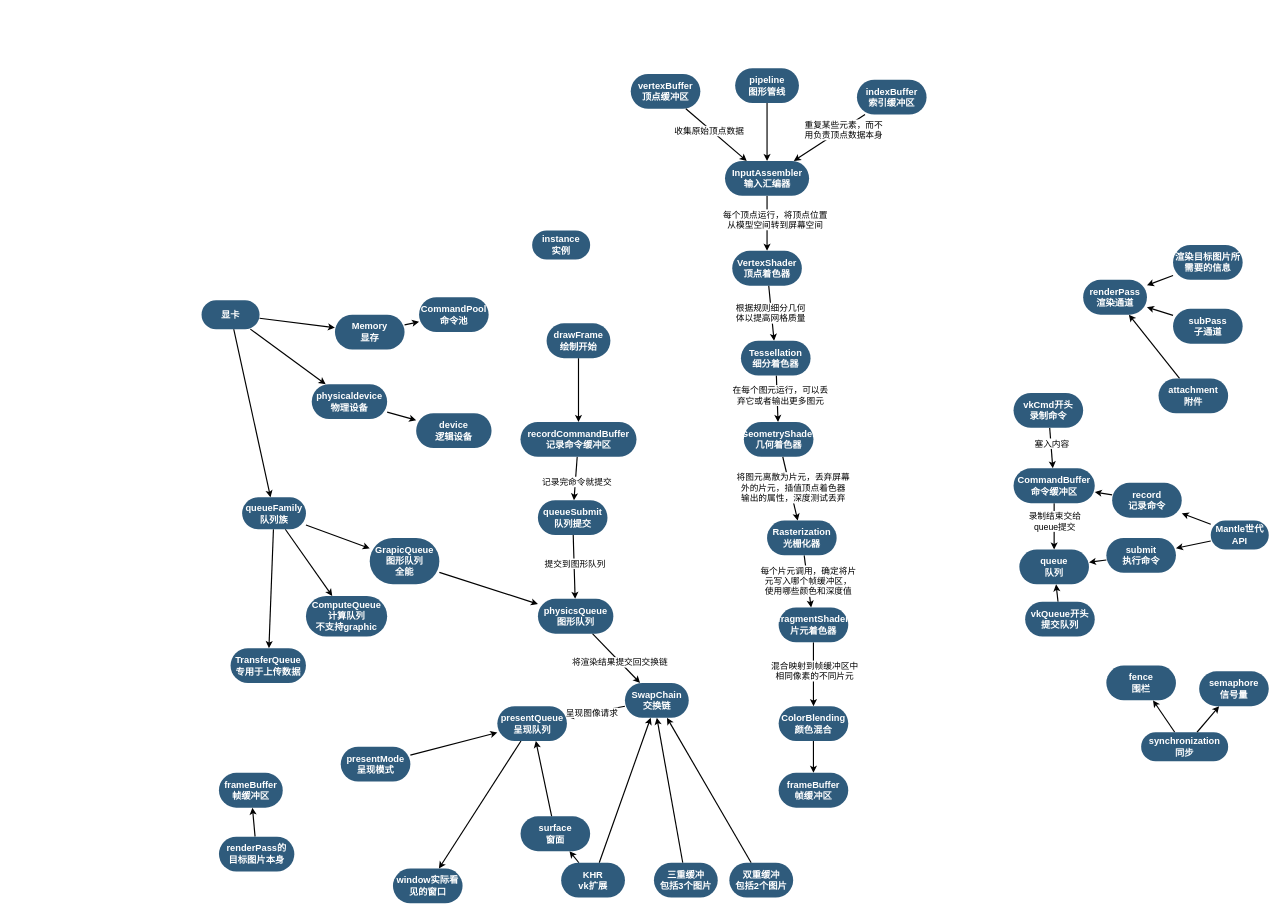
Before: LearningVulkan/LearningVulkan/vulkan.drawio in unphics/vulkan_tutorial_note, a draw.io diagram. Source tidied: cells renumbered, new cells numbered last; positions are measured from the earlier drawing's top-left corner, leaving out a move shared by most shapes. Both pictures are drawn from the tidied source at 58%, with x=0, y=0 at pixel (201, 68).
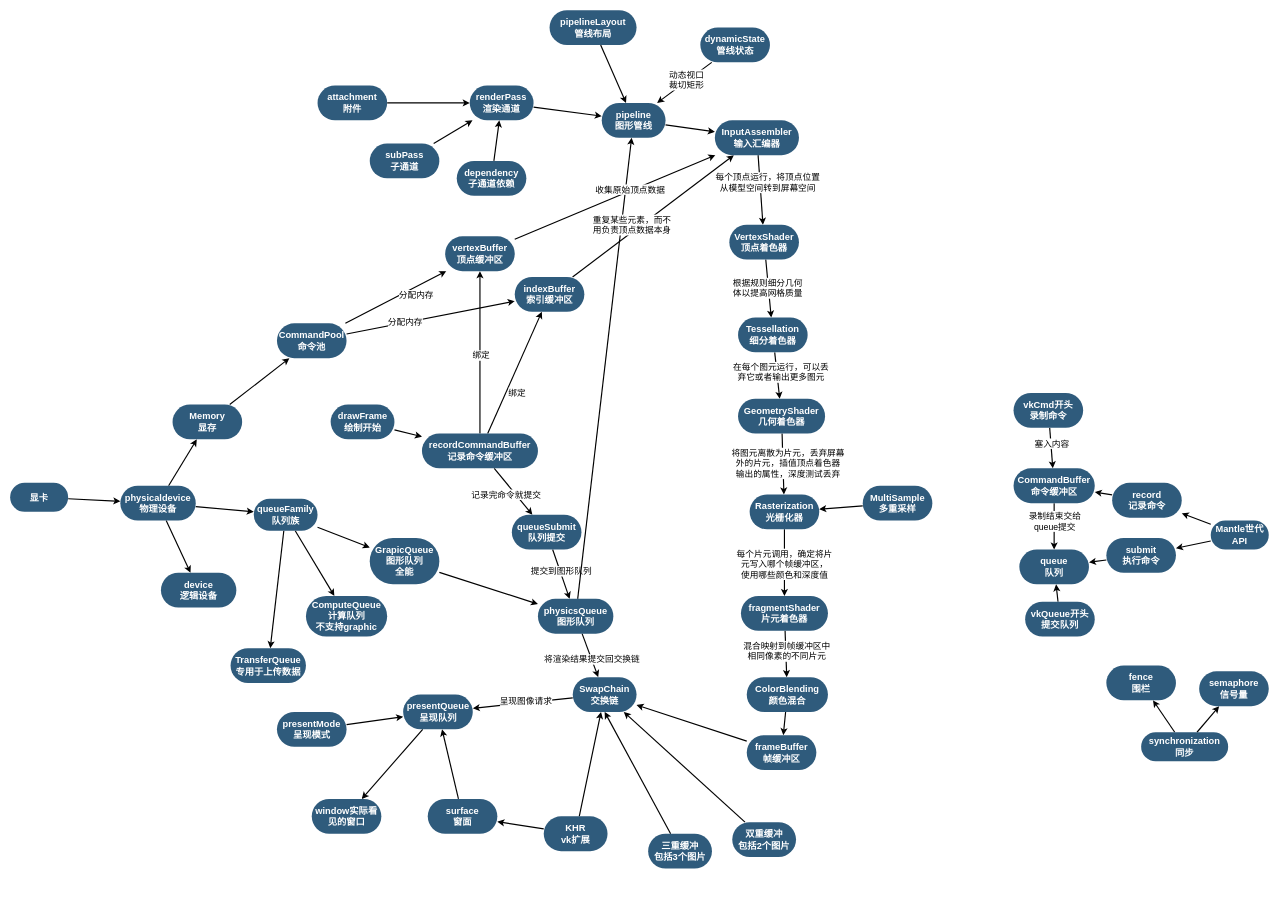
After the change.

The change refers to these unchanged cells:
```xml
<mxCell id="48" style="edgeStyle=none;rounded=0;jettySize=auto;html=1;strokeWidth=2;fontSize=15;" parent="1" edge="1" source="50" target="63">
  <mxGeometry relative="1" as="geometry" />
</mxCell>
<mxCell id="81" value="physicsQueue&lt;br&gt;图形队列" style="whiteSpace=wrap;html=1;fontSize=16;fillColor=#2F5B7C;strokeColor=none;fontColor=#FFFFFF;rounded=1;shadow=0;labelBackgroundColor=none;strokeWidth=3;fontStyle=1;spacing=5;arcSize=50;" parent="1" vertex="1">
  <mxGeometry x="580" y="915" width="130" height="60" as="geometry" />
</mxCell>
<mxCell id="83" style="edgeStyle=none;rounded=0;jettySize=auto;html=1;strokeWidth=2;fontSize=15;" parent="1" edge="1" source="85" target="90">
  <mxGeometry relative="1" as="geometry" />
</mxCell>
<mxCell id="86" style="edgeStyle=none;rounded=0;jettySize=auto;html=1;strokeWidth=2;fontSize=15;" parent="1" edge="1" source="82" target="90">
  <mxGeometry relative="1" as="geometry" />
</mxCell>
```

What changed in the source:
```diff
@@
-    <mxCell id="2" value="instance&lt;br&gt;实例" style="whiteSpace=wrap;html=1;fontSize=16;fillColor=#2F5B7C;strokeColor=none;fontColor=#FFFFFF;rounded=1;shadow=0;labelBackgroundColor=none;strokeWidth=3;fontStyle=1;spacing=5;arcSize=50;" parent="1" vertex="1">
-      <mxGeometry x="570" y="280" width="100" height="50" as="geometry" />
-    </mxCell>
@@
+    <mxCell id="109" style="edgeStyle=none;rounded=0;jettySize=auto;html=1;strokeWidth=2;fontSize=15;" parent="1" edge="1" source="9" target="24">
+      <mxGeometry relative="1" as="geometry" />
+    </mxCell>
+    <mxCell id="110" style="edgeStyle=none;rounded=0;jettySize=auto;html=1;strokeWidth=2;fontSize=15;" parent="1" edge="1" source="9" target="39">
+      <mxGeometry relative="1" as="geometry" />
+    </mxCell>
     <mxCell id="9" value="physicaldevice&lt;br&gt;物理设备" style="whiteSpace=wrap;html=1;fontSize=16;fillColor=#2F5B7C;strokeColor=none;fontColor=#FFFFFF;rounded=1;shadow=0;labelBackgroundColor=none;strokeWidth=3;fontStyle=1;spacing=5;arcSize=50;" parent="1" vertex="1">
-      <mxGeometry x="190" y="545" width="130" height="60" as="geometry" />
+      <mxGeometry x="-140" y="720" width="130" height="60" as="geometry" />
     </mxCell>
@@
     <mxCell id="24" value="queueFamily&lt;br&gt;队列族" style="whiteSpace=wrap;html=1;fontSize=16;fillColor=#2F5B7C;strokeColor=none;fontColor=#FFFFFF;rounded=1;shadow=0;labelBackgroundColor=none;strokeWidth=3;fontStyle=1;spacing=5;arcSize=50;" parent="1" vertex="1">
-      <mxGeometry x="70" y="740" width="110" height="55" as="geometry" />
+      <mxGeometry x="90" y="742.5" width="110" height="55" as="geometry" />
     </mxCell>
@@
-    <mxCell id="35" style="edgeStyle=none;rounded=0;jettySize=auto;html=1;fontSize=15;strokeWidth=2;" parent="1" edge="1" source="37" target="39">
-      <mxGeometry relative="1" as="geometry" />
-    </mxCell>
-    <mxCell id="36" style="edgeStyle=none;rounded=0;jettySize=auto;html=1;strokeWidth=2;fontSize=15;" parent="1" edge="1" source="37" target="24">
-      <mxGeometry relative="1" as="geometry" />
-    </mxCell>
     <mxCell id="37" value="显卡" style="whiteSpace=wrap;html=1;fontSize=16;fillColor=#2F5B7C;strokeColor=none;fontColor=#FFFFFF;rounded=1;shadow=0;labelBackgroundColor=none;strokeWidth=3;fontStyle=1;spacing=5;arcSize=50;" parent="1" vertex="1">
-      <mxGeometry y="400" width="100" height="50" as="geometry" />
+      <mxGeometry x="-330" y="715" width="100" height="50" as="geometry" />
     </mxCell>
@@
     <mxCell id="39" value="Memory&lt;br&gt;显存" style="whiteSpace=wrap;html=1;fontSize=16;fillColor=#2F5B7C;strokeColor=none;fontColor=#FFFFFF;rounded=1;shadow=0;labelBackgroundColor=none;strokeWidth=3;fontStyle=1;spacing=5;arcSize=50;" parent="1" vertex="1">
-      <mxGeometry x="230" y="425" width="120" height="60" as="geometry" />
+      <mxGeometry x="-50" y="580" width="120" height="60" as="geometry" />
     </mxCell>
@@
     <mxCell id="41" value="pipeline&lt;br&gt;图形管线" style="whiteSpace=wrap;html=1;fontSize=16;fillColor=#2F5B7C;strokeColor=none;fontColor=#FFFFFF;rounded=1;shadow=0;labelBackgroundColor=none;strokeWidth=3;fontStyle=1;spacing=5;arcSize=50;" parent="1" vertex="1">
-      <mxGeometry x="920" width="110" height="60" as="geometry" />
+      <mxGeometry x="690" y="60" width="110" height="60" as="geometry" />
     </mxCell>
+    <mxCell id="111" style="edgeStyle=none;rounded=0;jettySize=auto;html=1;strokeWidth=2;fontSize=15;" parent="1" edge="1" source="42" target="41">
+      <mxGeometry relative="1" as="geometry" />
+    </mxCell>
     <mxCell id="42" value="renderPass&lt;br&gt;渲染通道" style="whiteSpace=wrap;html=1;fontSize=16;fillColor=#2F5B7C;strokeColor=none;fontColor=#FFFFFF;rounded=1;shadow=0;labelBackgroundColor=none;strokeWidth=3;fontStyle=1;spacing=5;arcSize=50;" parent="1" vertex="1">
-      <mxGeometry x="1520" y="365" width="110" height="60" as="geometry" />
+      <mxGeometry x="462.4" y="30" width="110" height="60" as="geometry" />
     </mxCell>
@@
-    <mxCell id="44" value="渲染目标图片所需要的信息" style="whiteSpace=wrap;html=1;fontSize=16;fillColor=#2F5B7C;strokeColor=none;fontColor=#FFFFFF;rounded=1;shadow=0;labelBackgroundColor=none;strokeWidth=3;fontStyle=1;spacing=5;arcSize=50;" parent="1" vertex="1">
-      <mxGeometry x="1675" y="305" width="120" height="60" as="geometry" />
+    <mxCell id="44" value="dependency&lt;br&gt;子通道依赖" style="whiteSpace=wrap;html=1;fontSize=16;fillColor=#2F5B7C;strokeColor=none;fontColor=#FFFFFF;rounded=1;shadow=0;labelBackgroundColor=none;strokeWidth=3;fontStyle=1;spacing=5;arcSize=50;" parent="1" vertex="1">
+      <mxGeometry x="440" y="160" width="120" height="60" as="geometry" />
     </mxCell>
-    <mxCell id="45" value="frameBuffer&lt;br&gt;帧缓冲区" style="whiteSpace=wrap;html=1;fontSize=16;fillColor=#2F5B7C;strokeColor=none;fontColor=#FFFFFF;rounded=1;shadow=0;labelBackgroundColor=none;strokeWidth=3;fontStyle=1;spacing=5;arcSize=50;" parent="1" vertex="1">
-      <mxGeometry x="30" y="1215" width="110" height="60" as="geometry" />
-    </mxCell>
-    <mxCell id="46" style="edgeStyle=none;rounded=0;jettySize=auto;html=1;strokeWidth=2;fontSize=15;" parent="1" edge="1" source="47" target="45">
-      <mxGeometry relative="1" as="geometry" />
-    </mxCell>
-    <mxCell id="47" value="renderPass的&lt;br&gt;目标图片本身" style="whiteSpace=wrap;html=1;fontSize=16;fillColor=#2F5B7C;strokeColor=none;fontColor=#FFFFFF;rounded=1;shadow=0;labelBackgroundColor=none;strokeWidth=3;fontStyle=1;spacing=5;arcSize=50;" parent="1" vertex="1">
-      <mxGeometry x="30" y="1325" width="130" height="60" as="geometry" />
-    </mxCell>
@@
     <mxCell id="49" value="呈现图像请求" style="edgeLabel;html=1;align=center;verticalAlign=middle;fontSize=15;" parent="48" vertex="1">
-      <mxGeometry x="0.15" relative="1" as="geometry" />
+      <mxGeometry x="0.15" relative="1" as="geometry">
+        <mxPoint x="18" y="-7" as="offset" />
+      </mxGeometry>
     </mxCell>
     <mxCell id="50" value="SwapChain&lt;br&gt;交换链" style="whiteSpace=wrap;html=1;fontSize=16;fillColor=#2F5B7C;strokeColor=none;fontColor=#FFFFFF;rounded=1;shadow=0;labelBackgroundColor=none;strokeWidth=3;fontStyle=1;spacing=5;arcSize=50;" parent="1" vertex="1">
-      <mxGeometry x="730" y="1060" width="110" height="60" as="geometry" />
+      <mxGeometry x="640" y="1050" width="110" height="60" as="geometry" />
     </mxCell>
@@
     <mxCell id="52" value="三重缓冲&lt;br&gt;包括3个图片" style="whiteSpace=wrap;html=1;fontSize=16;fillColor=#2F5B7C;strokeColor=none;fontColor=#FFFFFF;rounded=1;shadow=0;labelBackgroundColor=none;strokeWidth=3;fontStyle=1;spacing=5;arcSize=50;" parent="1" vertex="1">
-      <mxGeometry x="780" y="1370" width="110" height="60" as="geometry" />
+      <mxGeometry x="770" y="1320" width="110" height="60" as="geometry" />
     </mxCell>
@@
     <mxCell id="54" value="双重缓冲&lt;br&gt;包括2个图片" style="whiteSpace=wrap;html=1;fontSize=16;fillColor=#2F5B7C;strokeColor=none;fontColor=#FFFFFF;rounded=1;shadow=0;labelBackgroundColor=none;strokeWidth=3;fontStyle=1;spacing=5;arcSize=50;" parent="1" vertex="1">
-      <mxGeometry x="910" y="1370" width="110" height="60" as="geometry" />
+      <mxGeometry x="915" y="1300" width="110" height="60" as="geometry" />
     </mxCell>
+    <mxCell id="112" style="edgeStyle=none;rounded=0;jettySize=auto;html=1;strokeWidth=2;fontSize=15;" parent="1" edge="1" source="55" target="82">
+      <mxGeometry relative="1" as="geometry" />
+    </mxCell>
+    <mxCell id="113" value="分配内存" style="edgeLabel;html=1;align=center;verticalAlign=middle;fontSize=15;" parent="112" vertex="1">
+      <mxGeometry x="-0.15" y="2" relative="1" as="geometry">
+        <mxPoint x="49" y="-10" as="offset" />
+      </mxGeometry>
+    </mxCell>
+    <mxCell id="114" style="edgeStyle=none;rounded=0;jettySize=auto;html=1;strokeWidth=2;fontSize=15;" parent="1" edge="1" source="55" target="85">
+      <mxGeometry relative="1" as="geometry" />
+    </mxCell>
+    <mxCell id="115" value="分配内存" style="edgeLabel;html=1;align=center;verticalAlign=middle;fontSize=15;" parent="114" vertex="1">
+      <mxGeometry x="0.03" y="2" relative="1" as="geometry">
+        <mxPoint x="-48" y="9" as="offset" />
+      </mxGeometry>
+    </mxCell>
     <mxCell id="55" value="CommandPool&lt;br&gt;命令池" style="whiteSpace=wrap;html=1;fontSize=16;fillColor=#2F5B7C;strokeColor=none;fontColor=#FFFFFF;rounded=1;shadow=0;labelBackgroundColor=none;strokeWidth=3;fontStyle=1;spacing=5;arcSize=50;" parent="1" vertex="1">
-      <mxGeometry x="375" y="395" width="120" height="60" as="geometry" />
+      <mxGeometry x="130" y="440" width="120" height="60" as="geometry" />
     </mxCell>
@@
     <mxCell id="58" value="KHR&lt;br&gt;vk扩展" style="whiteSpace=wrap;html=1;fontSize=16;fillColor=#2F5B7C;strokeColor=none;fontColor=#FFFFFF;rounded=1;shadow=0;labelBackgroundColor=none;strokeWidth=3;fontStyle=1;spacing=5;arcSize=50;" parent="1" vertex="1">
-      <mxGeometry x="620" y="1370" width="110" height="60" as="geometry" />
+      <mxGeometry x="590" y="1290" width="110" height="60" as="geometry" />
     </mxCell>
@@
     <mxCell id="60" value="surface&lt;br&gt;窗面" style="whiteSpace=wrap;html=1;fontSize=16;fillColor=#2F5B7C;strokeColor=none;fontColor=#FFFFFF;rounded=1;shadow=0;labelBackgroundColor=none;strokeWidth=3;fontStyle=1;spacing=5;arcSize=50;" parent="1" vertex="1">
-      <mxGeometry x="550" y="1290" width="120" height="60" as="geometry" />
+      <mxGeometry x="390" y="1260" width="120" height="60" as="geometry" />
     </mxCell>
     <mxCell id="61" value="window实际看见的窗口" style="whiteSpace=wrap;html=1;fontSize=16;fillColor=#2F5B7C;strokeColor=none;fontColor=#FFFFFF;rounded=1;shadow=0;labelBackgroundColor=none;strokeWidth=3;fontStyle=1;spacing=5;arcSize=50;" parent="1" vertex="1">
-      <mxGeometry x="330" y="1380" width="120" height="60" as="geometry" />
+      <mxGeometry x="190" y="1260" width="120" height="60" as="geometry" />
     </mxCell>
@@
     <mxCell id="63" value="presentQueue&lt;br&gt;呈现队列" style="whiteSpace=wrap;html=1;fontSize=16;fillColor=#2F5B7C;strokeColor=none;fontColor=#FFFFFF;rounded=1;shadow=0;labelBackgroundColor=none;strokeWidth=3;fontStyle=1;spacing=5;arcSize=50;" parent="1" vertex="1">
-      <mxGeometry x="510" y="1100" width="120" height="60" as="geometry" />
+      <mxGeometry x="347.6" y="1080" width="120" height="60" as="geometry" />
     </mxCell>
@@
     <mxCell id="65" value="presentMode&lt;br&gt;呈现模式" style="whiteSpace=wrap;html=1;fontSize=16;fillColor=#2F5B7C;strokeColor=none;fontColor=#FFFFFF;rounded=1;shadow=0;labelBackgroundColor=none;strokeWidth=3;fontStyle=1;spacing=5;arcSize=50;" parent="1" vertex="1">
-      <mxGeometry x="240" y="1170" width="120" height="60" as="geometry" />
+      <mxGeometry x="130" y="1110" width="120" height="60" as="geometry" />
     </mxCell>
@@
     <mxCell id="67" value="subPass&lt;br&gt;子通道" style="whiteSpace=wrap;html=1;fontSize=16;fillColor=#2F5B7C;strokeColor=none;fontColor=#FFFFFF;rounded=1;shadow=0;labelBackgroundColor=none;strokeWidth=3;fontStyle=1;spacing=5;arcSize=50;" parent="1" vertex="1">
-      <mxGeometry x="1675" y="415" width="120" height="60" as="geometry" />
+      <mxGeometry x="290" y="130" width="120" height="60" as="geometry" />
     </mxCell>
@@
     <mxCell id="69" value="attachment&lt;br&gt;附件" style="whiteSpace=wrap;html=1;fontSize=16;fillColor=#2F5B7C;strokeColor=none;fontColor=#FFFFFF;rounded=1;shadow=0;labelBackgroundColor=none;strokeWidth=3;fontStyle=1;spacing=5;arcSize=50;" parent="1" vertex="1">
-      <mxGeometry x="1650" y="535" width="120" height="60" as="geometry" />
+      <mxGeometry x="200" y="30" width="120" height="60" as="geometry" />
     </mxCell>
     <mxCell id="70" value="device&lt;br&gt;逻辑设备" style="whiteSpace=wrap;html=1;fontSize=16;fillColor=#2F5B7C;strokeColor=none;fontColor=#FFFFFF;rounded=1;shadow=0;labelBackgroundColor=none;strokeWidth=3;fontStyle=1;spacing=5;arcSize=50;" parent="1" vertex="1">
-      <mxGeometry x="370" y="595" width="130" height="60" as="geometry" />
+      <mxGeometry x="-70" y="870" width="130" height="60" as="geometry" />
     </mxCell>
@@
+    <mxCell id="116" style="edgeStyle=none;rounded=0;jettySize=auto;html=1;strokeWidth=2;fontSize=15;" parent="1" edge="1" source="73" target="85">
+      <mxGeometry relative="1" as="geometry" />
+    </mxCell>
+    <mxCell id="117" value="绑定" style="edgeLabel;html=1;align=center;verticalAlign=middle;fontSize=15;" parent="116" vertex="1">
+      <mxGeometry x="0.23" y="4" relative="1" as="geometry">
+        <mxPoint x="-3" y="59" as="offset" />
+      </mxGeometry>
+    </mxCell>
+    <mxCell id="118" style="edgeStyle=none;rounded=0;jettySize=auto;html=1;strokeWidth=2;fontSize=15;" parent="1" edge="1" source="73" target="82">
+      <mxGeometry relative="1" as="geometry" />
+    </mxCell>
+    <mxCell id="119" value="绑定" style="edgeLabel;html=1;align=center;verticalAlign=middle;fontSize=15;" parent="118" vertex="1">
+      <mxGeometry x="0.08" y="2" relative="1" as="geometry">
+        <mxPoint x="3" y="15" as="offset" />
+      </mxGeometry>
+    </mxCell>
     <mxCell id="73" value="recordCommandBuffer&lt;br&gt;记录命令缓冲区" style="whiteSpace=wrap;html=1;fontSize=16;fillColor=#2F5B7C;strokeColor=none;fontColor=#FFFFFF;rounded=1;shadow=0;labelBackgroundColor=none;strokeWidth=3;fontStyle=1;spacing=5;arcSize=50;" parent="1" vertex="1">
-      <mxGeometry x="549.9" y="610" width="200" height="60" as="geometry" />
+      <mxGeometry x="380" y="630" width="200" height="60" as="geometry" />
     </mxCell>
@@
     <mxCell id="76" value="queueSubmit&lt;br&gt;队列提交" style="whiteSpace=wrap;html=1;fontSize=16;fillColor=#2F5B7C;strokeColor=none;fontColor=#FFFFFF;rounded=1;shadow=0;labelBackgroundColor=none;strokeWidth=3;fontStyle=1;spacing=5;arcSize=50;" parent="1" vertex="1">
-      <mxGeometry x="579.9" y="745" width="120" height="60" as="geometry" />
+      <mxGeometry x="535" y="770" width="120" height="60" as="geometry" />
     </mxCell>
@@
     <mxCell id="78" value="drawFrame&lt;br&gt;绘制开始" style="whiteSpace=wrap;html=1;fontSize=16;fillColor=#2F5B7C;strokeColor=none;fontColor=#FFFFFF;rounded=1;shadow=0;labelBackgroundColor=none;strokeWidth=3;fontStyle=1;spacing=5;arcSize=50;" parent="1" vertex="1">
-      <mxGeometry x="594.9" y="440" width="110" height="60" as="geometry" />
+      <mxGeometry x="222.6" y="580" width="110" height="60" as="geometry" />
     </mxCell>
@@
+    <mxCell id="120" style="edgeStyle=none;rounded=0;jettySize=auto;html=1;strokeWidth=2;fontSize=15;" parent="1" edge="1" source="81" target="41">
+      <mxGeometry relative="1" as="geometry" />
+    </mxCell>
@@
     <mxCell id="82" value="vertexBuffer&lt;br&gt;顶点缓冲区" style="whiteSpace=wrap;html=1;fontSize=16;fillColor=#2F5B7C;strokeColor=none;fontColor=#FFFFFF;rounded=1;shadow=0;labelBackgroundColor=none;strokeWidth=3;fontStyle=1;spacing=5;arcSize=50;" parent="1" vertex="1">
-      <mxGeometry x="740" y="10" width="120" height="60" as="geometry" />
+      <mxGeometry x="420" y="290" width="120" height="60" as="geometry" />
     </mxCell>
@@
     <mxCell id="84" value="重复某些元素，而不&lt;br&gt;用负责顶点数据本身" style="edgeLabel;html=1;align=center;verticalAlign=middle;fontSize=15;" parent="83" vertex="1">
-      <mxGeometry x="-0.39" y="1" relative="1" as="geometry" />
+      <mxGeometry x="-0.39" y="1" relative="1" as="geometry">
+        <mxPoint x="18" y="-26" as="offset" />
+      </mxGeometry>
     </mxCell>
     <mxCell id="85" value="indexBuffer&lt;br&gt;索引缓冲区" style="whiteSpace=wrap;html=1;fontSize=16;fillColor=#2F5B7C;strokeColor=none;fontColor=#FFFFFF;rounded=1;shadow=0;labelBackgroundColor=none;strokeWidth=3;fontStyle=1;spacing=5;arcSize=50;" parent="1" vertex="1">
-      <mxGeometry x="1130" y="20" width="120" height="60" as="geometry" />
+      <mxGeometry x="540" y="360" width="120" height="60" as="geometry" />
     </mxCell>
@@
     <mxCell id="87" value="收集原始顶点数据" style="edgeLabel;html=1;align=center;verticalAlign=middle;fontSize=15;" parent="86" vertex="1">
       <mxGeometry x="0.35" y="-4" relative="1" as="geometry">
-        <mxPoint x="-29" y="-26" as="offset" />
+        <mxPoint x="-36" y="8" as="offset" />
       </mxGeometry>
     </mxCell>
@@
     <mxCell id="90" value="InputAssembler&lt;br&gt;输入汇编器" style="whiteSpace=wrap;html=1;fontSize=16;fillColor=#2F5B7C;strokeColor=none;fontColor=#FFFFFF;rounded=1;shadow=0;labelBackgroundColor=none;strokeWidth=3;fontStyle=1;spacing=5;arcSize=50;" parent="1" vertex="1">
-      <mxGeometry x="902.5" y="160" width="145" height="60" as="geometry" />
+      <mxGeometry x="885" y="90" width="145" height="60" as="geometry" />
     </mxCell>
@@
     <mxCell id="93" value="VertexShader顶点着色器" style="whiteSpace=wrap;html=1;fontSize=16;fillColor=#2F5B7C;strokeColor=none;fontColor=#FFFFFF;rounded=1;shadow=0;labelBackgroundColor=none;strokeWidth=3;fontStyle=1;spacing=5;arcSize=50;" parent="1" vertex="1">
-      <mxGeometry x="915" y="315" width="120" height="60" as="geometry" />
+      <mxGeometry x="910" y="270" width="120" height="60" as="geometry" />
     </mxCell>
@@
     <mxCell id="96" value="Tessellation&lt;br&gt;细分着色器" style="whiteSpace=wrap;html=1;fontSize=16;fillColor=#2F5B7C;strokeColor=none;fontColor=#FFFFFF;rounded=1;shadow=0;labelBackgroundColor=none;strokeWidth=3;fontStyle=1;spacing=5;arcSize=50;" parent="1" vertex="1">
-      <mxGeometry x="930" y="470" width="120" height="60" as="geometry" />
+      <mxGeometry x="925" y="430" width="120" height="60" as="geometry" />
     </mxCell>
@@
     <mxCell id="99" value="GeometryShader&lt;br&gt;几何着色器" style="whiteSpace=wrap;html=1;fontSize=16;fillColor=#2F5B7C;strokeColor=none;fontColor=#FFFFFF;rounded=1;shadow=0;labelBackgroundColor=none;strokeWidth=3;fontStyle=1;spacing=5;arcSize=50;" parent="1" vertex="1">
-      <mxGeometry x="935" y="610" width="120" height="60" as="geometry" />
+      <mxGeometry x="925" y="570" width="150" height="60" as="geometry" />
     </mxCell>
@@
     <mxCell id="102" value="Rasterization光栅化器" style="whiteSpace=wrap;html=1;fontSize=16;fillColor=#2F5B7C;strokeColor=none;fontColor=#FFFFFF;rounded=1;shadow=0;labelBackgroundColor=none;strokeWidth=3;fontStyle=1;spacing=5;arcSize=50;" parent="1" vertex="1">
-      <mxGeometry x="975" y="780" width="120" height="60" as="geometry" />
+      <mxGeometry x="945" y="735" width="120" height="60" as="geometry" />
     </mxCell>
@@
     <mxCell id="105" value="fragmentShader&lt;br&gt;片元着色器" style="whiteSpace=wrap;html=1;fontSize=16;fillColor=#2F5B7C;strokeColor=none;fontColor=#FFFFFF;rounded=1;shadow=0;labelBackgroundColor=none;strokeWidth=3;fontStyle=1;spacing=5;arcSize=50;" parent="1" vertex="1">
-      <mxGeometry x="995" y="930" width="120" height="60" as="geometry" />
+      <mxGeometry x="930" y="910" width="150" height="60" as="geometry" />
     </mxCell>
@@
     <mxCell id="107" value="ColorBlending&lt;br&gt;颜色混合" style="whiteSpace=wrap;html=1;fontSize=16;fillColor=#2F5B7C;strokeColor=none;fontColor=#FFFFFF;rounded=1;shadow=0;labelBackgroundColor=none;strokeWidth=3;fontStyle=1;spacing=5;arcSize=50;" parent="1" vertex="1">
-      <mxGeometry x="995" y="1100" width="120" height="60" as="geometry" />
+      <mxGeometry x="940" y="1050" width="140" height="60" as="geometry" />
     </mxCell>
+    <mxCell id="121" style="edgeStyle=none;rounded=0;jettySize=auto;html=1;strokeWidth=2;fontSize=15;" parent="1" edge="1" source="108" target="50">
+      <mxGeometry relative="1" as="geometry" />
+    </mxCell>
     <mxCell id="108" value="frameBuffer&lt;br&gt;帧缓冲区" style="whiteSpace=wrap;html=1;fontSize=16;fillColor=#2F5B7C;strokeColor=none;fontColor=#FFFFFF;rounded=1;shadow=0;labelBackgroundColor=none;strokeWidth=3;fontStyle=1;spacing=5;arcSize=50;" parent="1" vertex="1">
-      <mxGeometry x="995" y="1215" width="120" height="60" as="geometry" />
+      <mxGeometry x="940" y="1150" width="120" height="60" as="geometry" />
     </mxCell>
+    <mxCell id="122" style="edgeStyle=none;rounded=0;jettySize=auto;html=1;strokeWidth=2;fontSize=15;" parent="1" edge="1" source="123" target="102">
+      <mxGeometry relative="1" as="geometry" />
+    </mxCell>
+    <mxCell id="123" value="MultiSample&lt;br&gt;多重采样" style="whiteSpace=wrap;html=1;fontSize=16;fillColor=#2F5B7C;strokeColor=none;fontColor=#FFFFFF;rounded=1;shadow=0;labelBackgroundColor=none;strokeWidth=3;fontStyle=1;spacing=5;arcSize=50;" parent="1" vertex="1">
+      <mxGeometry x="1140" y="720" width="120" height="60" as="geometry" />
+    </mxCell>
+    <mxCell id="124" style="edgeStyle=none;rounded=0;jettySize=auto;html=1;strokeWidth=2;fontSize=15;" parent="1" edge="1" source="125" target="41">
+      <mxGeometry relative="1" as="geometry" />
+    </mxCell>
+    <mxCell id="125" value="pipelineLayout&lt;br&gt;管线布局" style="whiteSpace=wrap;html=1;fontSize=16;fillColor=#2F5B7C;strokeColor=none;fontColor=#FFFFFF;rounded=1;shadow=0;labelBackgroundColor=none;strokeWidth=3;fontStyle=1;spacing=5;arcSize=50;" parent="1" vertex="1">
+      <mxGeometry x="600" y="-100" width="150" height="60" as="geometry" />
+    </mxCell>
+    <mxCell id="126" style="edgeStyle=none;rounded=0;jettySize=auto;html=1;strokeWidth=2;fontSize=15;" parent="1" edge="1" source="128" target="41">
+      <mxGeometry relative="1" as="geometry" />
+    </mxCell>
+    <mxCell id="127" value="动态视口&lt;br&gt;裁切矩形" style="edgeLabel;html=1;align=center;verticalAlign=middle;fontSize=15;" parent="126" vertex="1">
+      <mxGeometry x="-0.35" y="2" relative="1" as="geometry">
+        <mxPoint x="-15" y="5" as="offset" />
+      </mxGeometry>
+    </mxCell>
+    <mxCell id="128" value="dynamicState&lt;br&gt;管线状态" style="whiteSpace=wrap;html=1;fontSize=16;fillColor=#2F5B7C;strokeColor=none;fontColor=#FFFFFF;rounded=1;shadow=0;labelBackgroundColor=none;strokeWidth=3;fontStyle=1;spacing=5;arcSize=50;" parent="1" vertex="1">
+      <mxGeometry x="860" y="-70" width="120" height="60" as="geometry" />
+    </mxCell>
```
